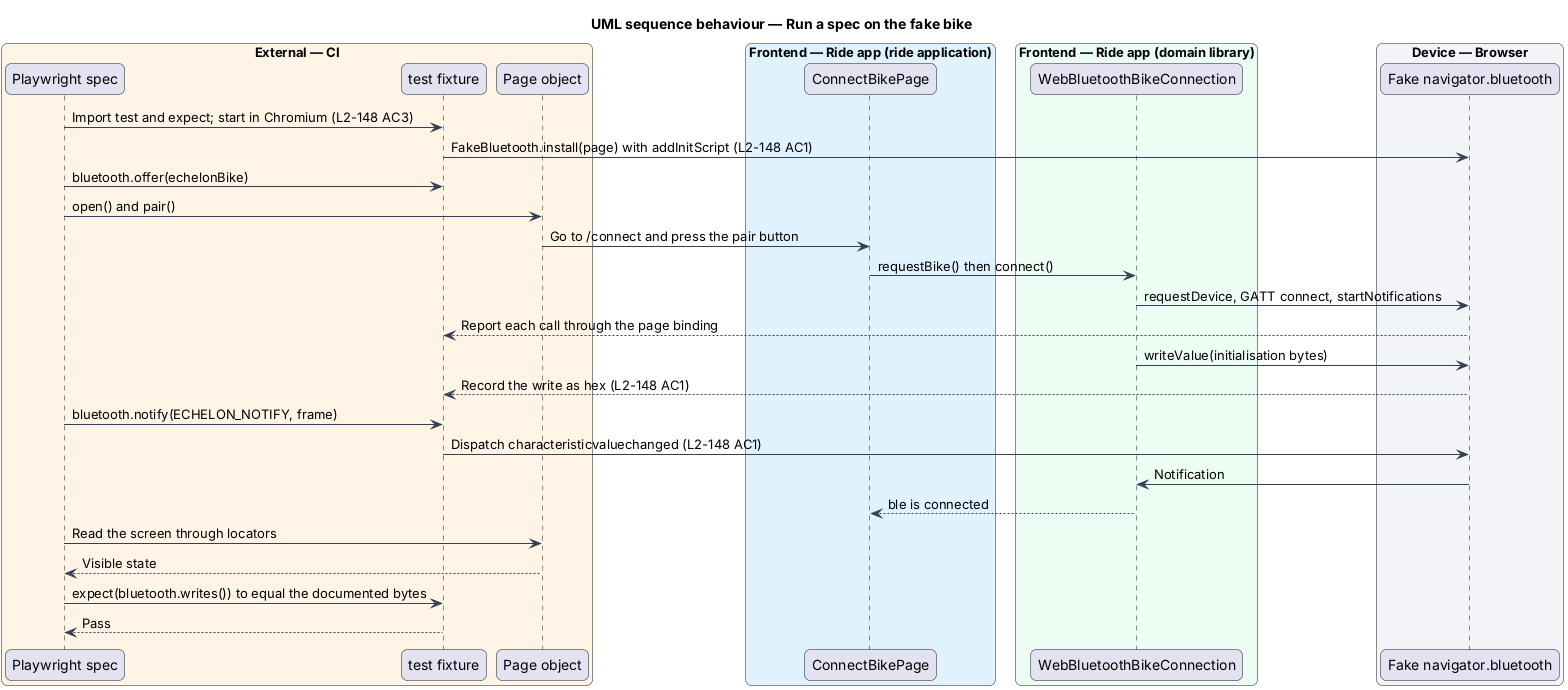
QuinntyneBrown/ride-one keeps this PlantUML diagram as docs/detailed-designs/platform/test-without-hardware/diagrams/sequence-run-a-spec-on-the-fake-bike.png. Above is the earlier version. The source it was exported from:
```plantuml
@startuml
title UML sequence behaviour — Run a spec on the fake bike
skinparam backgroundColor #FFFFFF
skinparam shadowing false
skinparam roundcorner 12
skinparam defaultFontName Arial
skinparam ArrowColor #344054
skinparam rectangle {
  BorderColor #344054
  FontColor #101828
}
skinparam package {
  BorderColor #667085
  FontColor #101828
  BackgroundColor #F9FAFB
}
box "External — CI" #FFF4E5
  participant "Playwright spec" as spec
  participant "test fixture" as test
  participant "Page object" as po
end box
box "Frontend — Ride app (ride application)" #E0F2FE
  participant "ConnectBikePage" as page
end box
box "Frontend — Ride app (domain library)" #ECFDF3
  participant "WebBluetoothBikeConnection" as conn
end box
box "Device — Browser" #F2F4F7
  participant "Fake navigator.bluetooth" as ble
end box
spec -> test : Import test and expect; start in Chromium (L2-148 AC3)
test -> ble : FakeBluetooth.install(page) with addInitScript (L2-148 AC1)
spec -> test : bluetooth.offer(echelonBike)
spec -> po : open() and pair()
po -> page : Go to /connect and press the pair button
page -> conn : requestBike() then connect()
conn -> ble : requestDevice, GATT connect, startNotifications
ble --> test : Report each call through the page binding
conn -> ble : writeValue(initialisation bytes)
ble --> test : Record the write as hex (L2-148 AC1)
spec -> test : bluetooth.notify(ECHELON_NOTIFY, frame)
test -> ble : Dispatch characteristicvaluechanged (L2-148 AC1)
ble -> conn : Notification
conn --> page : ble is connected
spec -> po : Read the screen through locators
po --> spec : Visible state
spec -> test : expect(bluetooth.writes()) to equal the documented bytes
test --> spec : Pass
@enduml
```
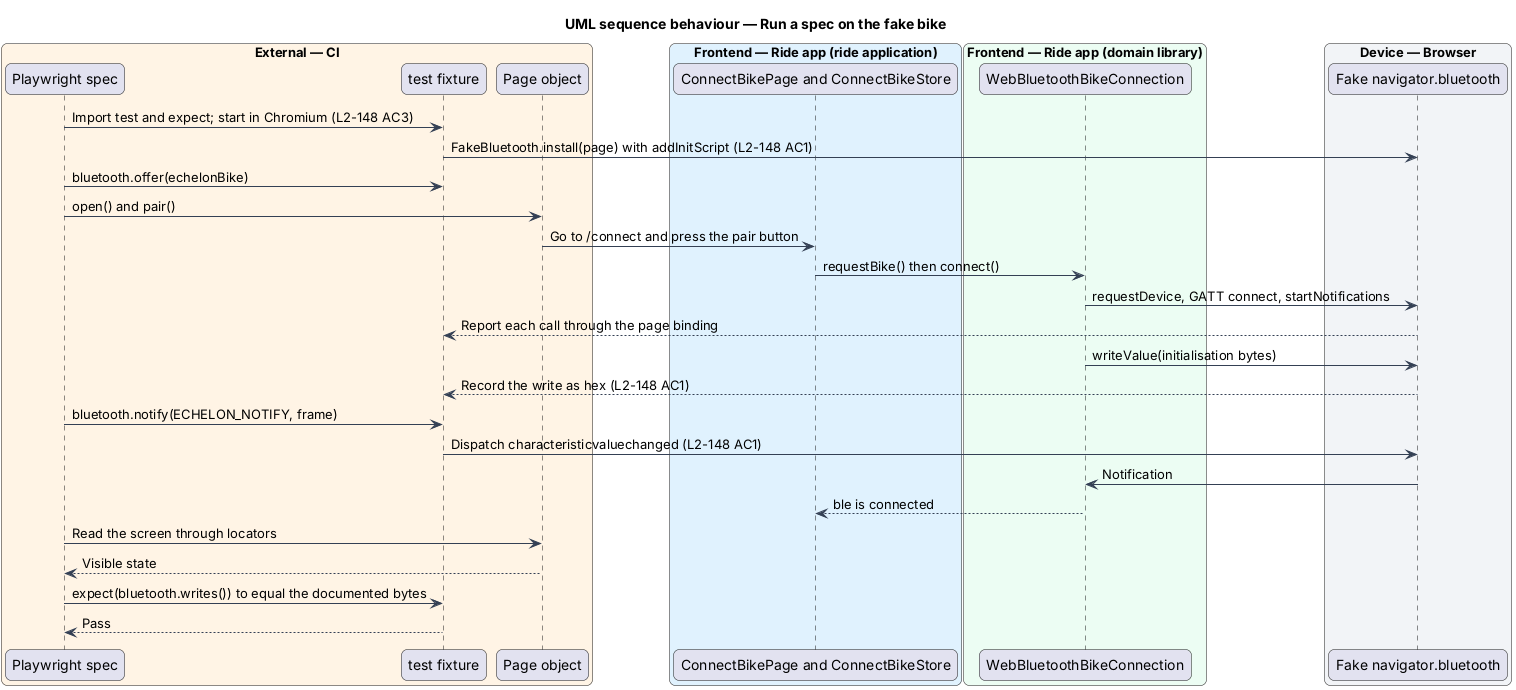
After the change.

Diff of the diagram source:
```diff
@@ -20,7 +20,7 @@
   participant "Page object" as po
 end box
 box "Frontend — Ride app (ride application)" #E0F2FE
-  participant "ConnectBikePage" as page
+  participant "ConnectBikePage and ConnectBikeStore" as page
 end box
 box "Frontend — Ride app (domain library)" #ECFDF3
   participant "WebBluetoothBikeConnection" as conn
```
